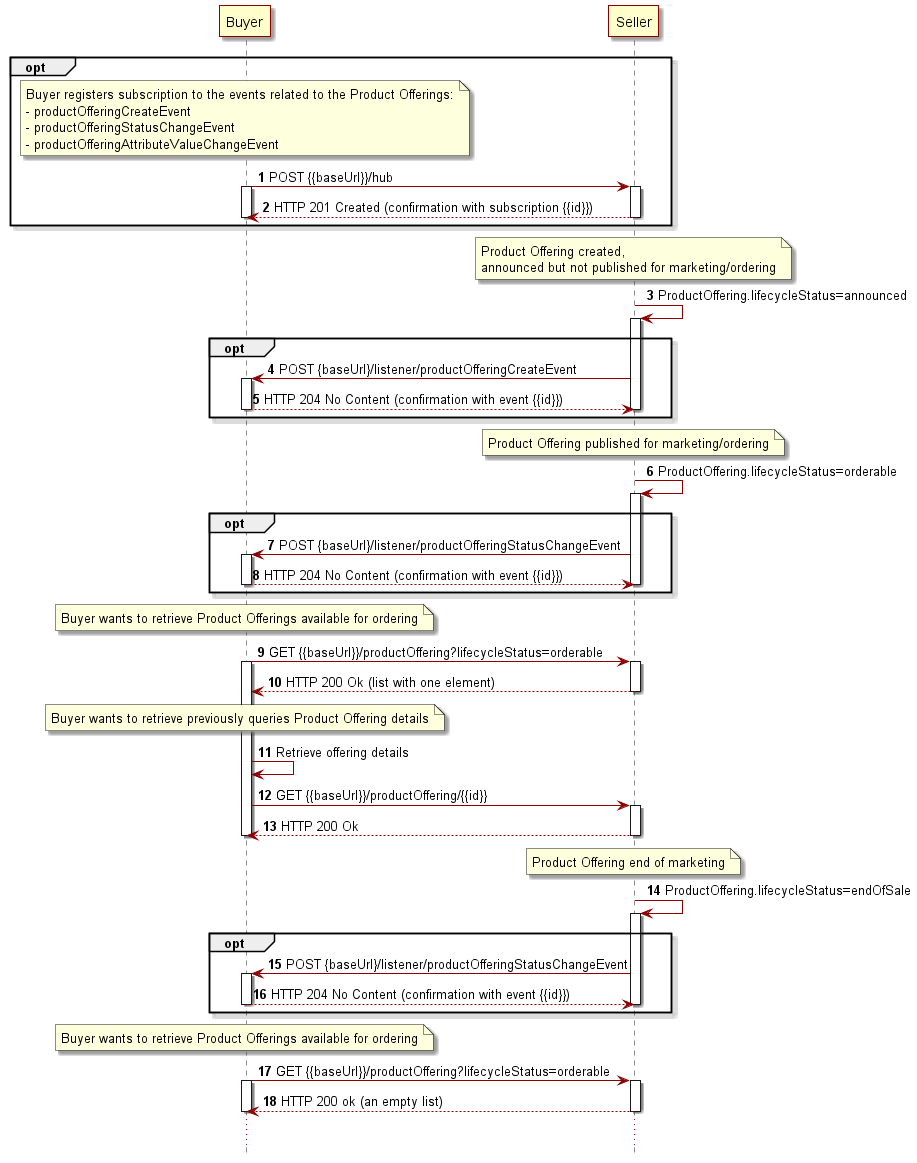
Before: documentation/productApi/catalog/media/exemplaryFlow.png, a diagram exported from PlantUML (MEF-GIT/MEF-LSO-Sonata-SDK).
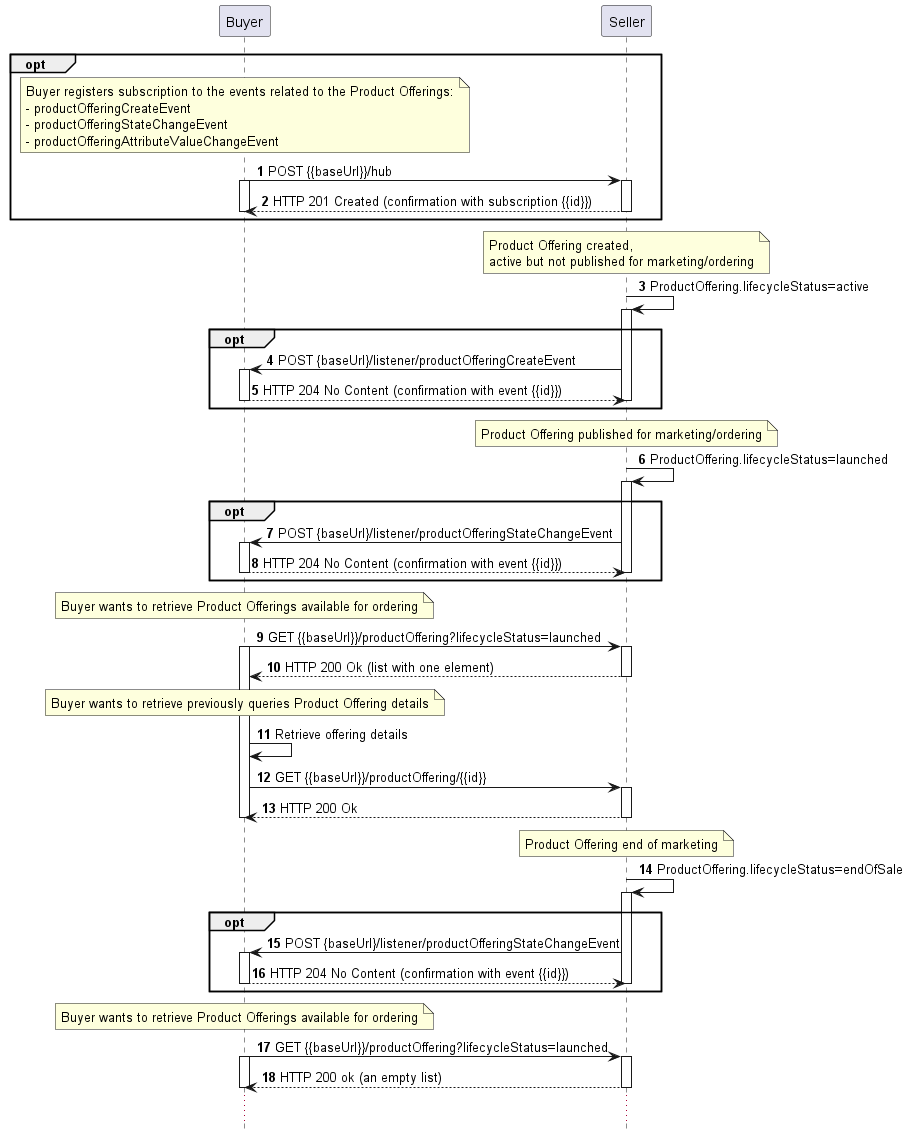
Later version of the same file.

Change to the diagram source:
```diff
@@ -1,21 +1,7 @@
 @startuml
-skinparam {
-participantBorderColor DarkRed
-participantBorderThickness 1
-participantBackgroundColor BUSINESS
 
-LifeLineBorderColor DarkRed
-LifeLineBackgroundColor DarkRed
 
-databaseBorderColor Grey
-databaseBorderThickness 1
 
-shadowing true
-RoundCorner 0
-LineColor DarkRed
-ArrowColor DarkRed
-ArrowThickness 1
-}
 
 hide footbox
 
@@ -28,7 +14,7 @@
 note over b
 Buyer registers subscription to the events related to the Product Offerings:
 - productOfferingCreateEvent
-- productOfferingStatusChangeEvent
+- productOfferingStateChangeEvent
 - productOfferingAttributeValueChangeEvent
 end note
 b -> s++: POST {{baseUrl}}/hub
@@ -39,9 +25,9 @@
 
 note over s
 Product Offering created,
-announced but not published for marketing/ordering
+active but not published for marketing/ordering
 end note
-s -> s: ProductOffering.lifecycleStatus=announced
+s -> s: ProductOffering.lifecycleStatus=active
 opt
     activate s
     b <- s++: POST {baseUrl}/listener/productOfferingCreateEvent
@@ -52,10 +38,10 @@
 note over s
 Product Offering published for marketing/ordering
 end note
-s -> s: ProductOffering.lifecycleStatus=orderable
+s -> s: ProductOffering.lifecycleStatus=launched
 opt
     activate s
-    b <- s++: POST {baseUrl}/listener/productOfferingStatusChangeEvent
+    b <- s++: POST {baseUrl}/listener/productOfferingStateChangeEvent
     b -->s--: HTTP 204 No Content (confirmation with event {{id}})
     deactivate s
 end opt
@@ -63,7 +49,7 @@
 note over b
 Buyer wants to retrieve Product Offerings available for ordering
 end note
-b -> s++: GET {{baseUrl}}/productOffering?lifecycleStatus=orderable
+b -> s++: GET {{baseUrl}}/productOffering?lifecycleStatus=launched
 activate b
 b <-- s--: HTTP 200 Ok (list with one element)
 
@@ -82,7 +68,7 @@
 s -> s: ProductOffering.lifecycleStatus=endOfSale
 opt
     activate s
-    b <- s++: POST {baseUrl}/listener/productOfferingStatusChangeEvent
+    b <- s++: POST {baseUrl}/listener/productOfferingStateChangeEvent
     b -->s--: HTTP 204 No Content (confirmation with event {{id}})
     deactivate s
 end opt
@@ -90,7 +76,7 @@
 Buyer wants to retrieve Product Offerings available for ordering
 end note
 
-b -> s++: GET {{baseUrl}}/productOffering?lifecycleStatus=orderable
+b -> s++: GET {{baseUrl}}/productOffering?lifecycleStatus=launched
 activate b
 b <-- s--: HTTP 200 ok (an empty list)
 deactivate b
```
